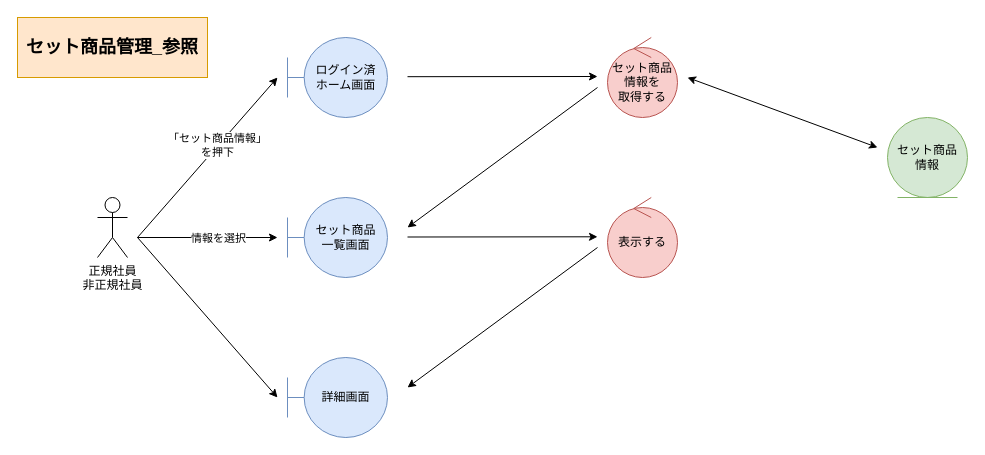
Before: page "*セット商品管理_参照" (4 of 6) of 各種設計書/3ロバストネス図/商品情報管理/F07在庫.drawio in HaruShim/Sotuken, a draw.io diagram. Source tidied: cells renumbered, new cells numbered last; positions are measured from the earlier drawing's top-left corner, leaving out a move shared by most shapes. Both pictures are drawn from the tidied source at 100%, with x=0, y=0 at pixel (17, 17).
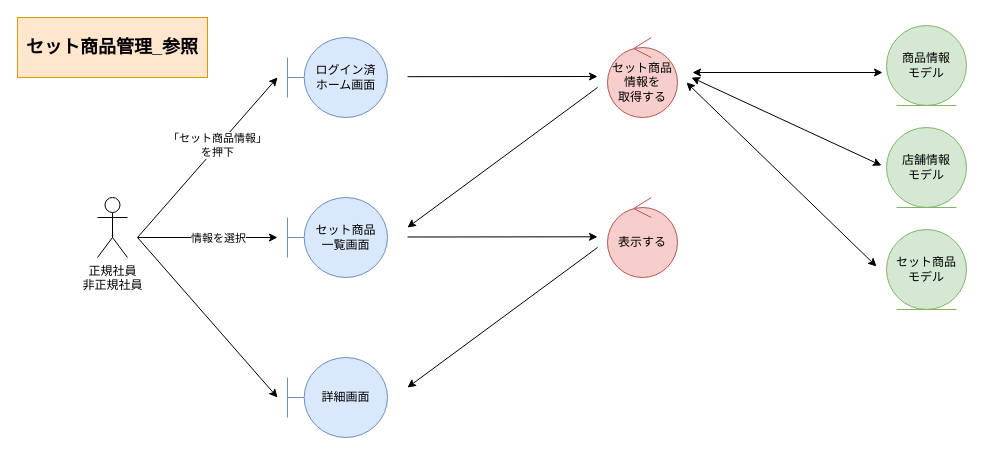
The same diagram, later.

What changed in the source:
```diff
@@
-    <mxCell id="6" value="セット商品&lt;br&gt;情報" style="ellipse;shape=umlEntity;whiteSpace=wrap;html=1;fillColor=#d5e8d4;strokeColor=#82b366;" parent="1" vertex="1">
-      <mxGeometry x="870" y="100" width="80" height="80" as="geometry" />
-    </mxCell>
@@
-    <mxCell id="12" style="endArrow=classic;html=1;rounded=0;startArrow=classic;startFill=1;" parent="1" edge="1">
-      <mxGeometry relative="1" as="geometry">
-        <mxPoint x="670" y="60" as="sourcePoint" />
-        <mxPoint x="860" y="130" as="targetPoint" />
-      </mxGeometry>
-    </mxCell>
@@
+    <mxCell id="20" value="セット商品&lt;br&gt;モデル" style="ellipse;shape=umlEntity;whiteSpace=wrap;html=1;fillColor=#d5e8d4;strokeColor=#82b366;" parent="1" vertex="1">
+      <mxGeometry x="869" y="212" width="80" height="80" as="geometry" />
+    </mxCell>
+    <mxCell id="21" style="endArrow=classic;html=1;rounded=0;startArrow=classic;startFill=1;" parent="1" edge="1">
+      <mxGeometry relative="1" as="geometry">
+        <mxPoint x="669" y="65" as="sourcePoint" />
+        <mxPoint x="859" y="249" as="targetPoint" />
+      </mxGeometry>
+    </mxCell>
+    <mxCell id="22" value="商品情報&lt;br&gt;モデル" style="ellipse;shape=umlEntity;whiteSpace=wrap;html=1;fillColor=#d5e8d4;strokeColor=#82b366;" parent="1" vertex="1">
+      <mxGeometry x="869" y="8" width="80" height="80" as="geometry" />
+    </mxCell>
+    <mxCell id="23" value="店舗情報&lt;br&gt;モデル" style="ellipse;shape=umlEntity;whiteSpace=wrap;html=1;fillColor=#d5e8d4;strokeColor=#82b366;" parent="1" vertex="1">
+      <mxGeometry x="869" y="110" width="80" height="80" as="geometry" />
+    </mxCell>
+    <mxCell id="24" style="endArrow=classic;html=1;rounded=0;startArrow=classic;startFill=1;" parent="1" edge="1">
+      <mxGeometry relative="1" as="geometry">
+        <mxPoint x="674" y="60" as="sourcePoint" />
+        <mxPoint x="864" y="148" as="targetPoint" />
+      </mxGeometry>
+    </mxCell>
+    <mxCell id="25" style="endArrow=classic;html=1;rounded=0;startArrow=classic;startFill=1;" parent="1" edge="1">
+      <mxGeometry relative="1" as="geometry">
+        <mxPoint x="675" y="55" as="sourcePoint" />
+        <mxPoint x="865" y="55" as="targetPoint" />
+      </mxGeometry>
+    </mxCell>
```
